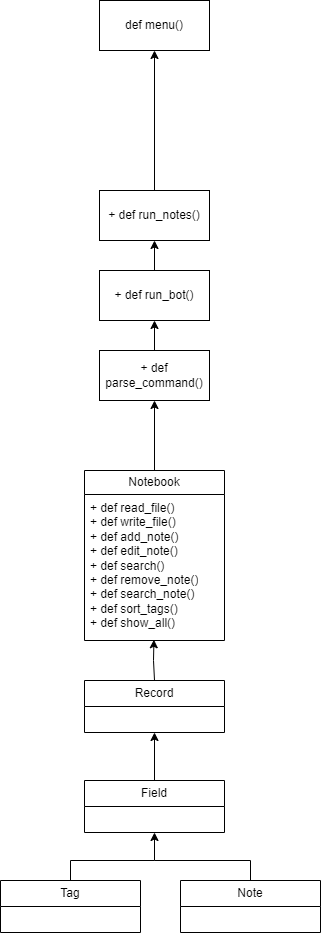
The draw.io diagram Untitled Diagram.drawio.png in dragomar14/WEB-HW-01, before a commit. Source tidied: cells renumbered, new cells last; positions are measured from the earlier drawing's top-left corner, leaving out a move shared by most shapes.
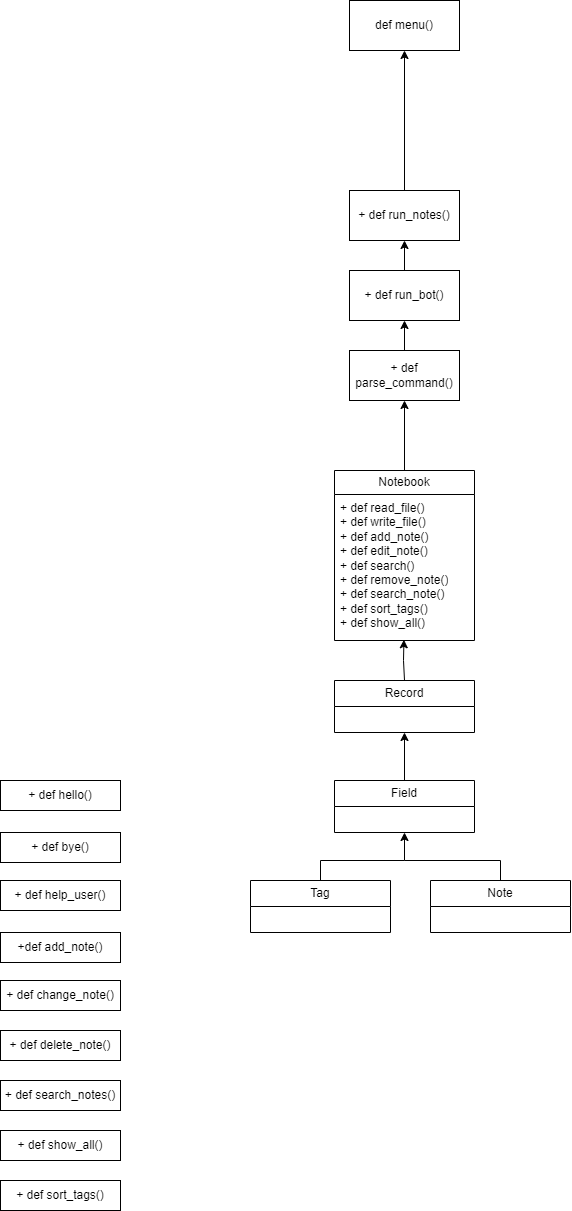
The same file after the commit.

The edit, as a diff of the source:
```diff
@@ -72,5 +72,32 @@
     <mxCell id="19" style="endArrow=classic;html=1;rounded=0;entryX=0.5;entryY=1;entryDx=0;entryDy=0;exitX=0.5;exitY=0;exitDx=0;exitDy=0;" parent="1" edge="1" source="14" target="13">
       <mxGeometry relative="1" as="geometry" />
     </mxCell>
+    <mxCell id="20" value="+ def hello()" style="rounded=0;whiteSpace=wrap;html=1;" parent="1" vertex="1">
+      <mxGeometry x="-250" y="780" width="120" height="30" as="geometry" />
+    </mxCell>
+    <mxCell id="21" value="+ def bye()" style="rounded=0;whiteSpace=wrap;html=1;" parent="1" vertex="1">
+      <mxGeometry x="-250" y="832" width="120" height="30" as="geometry" />
+    </mxCell>
+    <mxCell id="22" value="+ def help_user()" style="rounded=0;whiteSpace=wrap;html=1;" parent="1" vertex="1">
+      <mxGeometry x="-250" y="880" width="120" height="30" as="geometry" />
+    </mxCell>
+    <mxCell id="23" value="+def add_note()" style="rounded=0;whiteSpace=wrap;html=1;" parent="1" vertex="1">
+      <mxGeometry x="-250" y="932" width="120" height="30" as="geometry" />
+    </mxCell>
+    <mxCell id="24" value="+ def change_note()" style="rounded=0;whiteSpace=wrap;html=1;" parent="1" vertex="1">
+      <mxGeometry x="-250" y="980" width="120" height="30" as="geometry" />
+    </mxCell>
+    <mxCell id="25" value="+ def delete_note()" style="rounded=0;whiteSpace=wrap;html=1;" parent="1" vertex="1">
+      <mxGeometry x="-250" y="1030" width="120" height="30" as="geometry" />
+    </mxCell>
+    <mxCell id="26" value="+ def search_notes()" style="rounded=0;whiteSpace=wrap;html=1;" parent="1" vertex="1">
+      <mxGeometry x="-250" y="1080" width="120" height="30" as="geometry" />
+    </mxCell>
+    <mxCell id="27" value="+ def show_all()" style="rounded=0;whiteSpace=wrap;html=1;" parent="1" vertex="1">
+      <mxGeometry x="-250" y="1130" width="120" height="30" as="geometry" />
+    </mxCell>
+    <mxCell id="28" value="+ def sort_tags()" style="rounded=0;whiteSpace=wrap;html=1;" parent="1" vertex="1">
+      <mxGeometry x="-250" y="1180" width="120" height="30" as="geometry" />
+    </mxCell>
   </root>
 </mxGraphModel>
```
